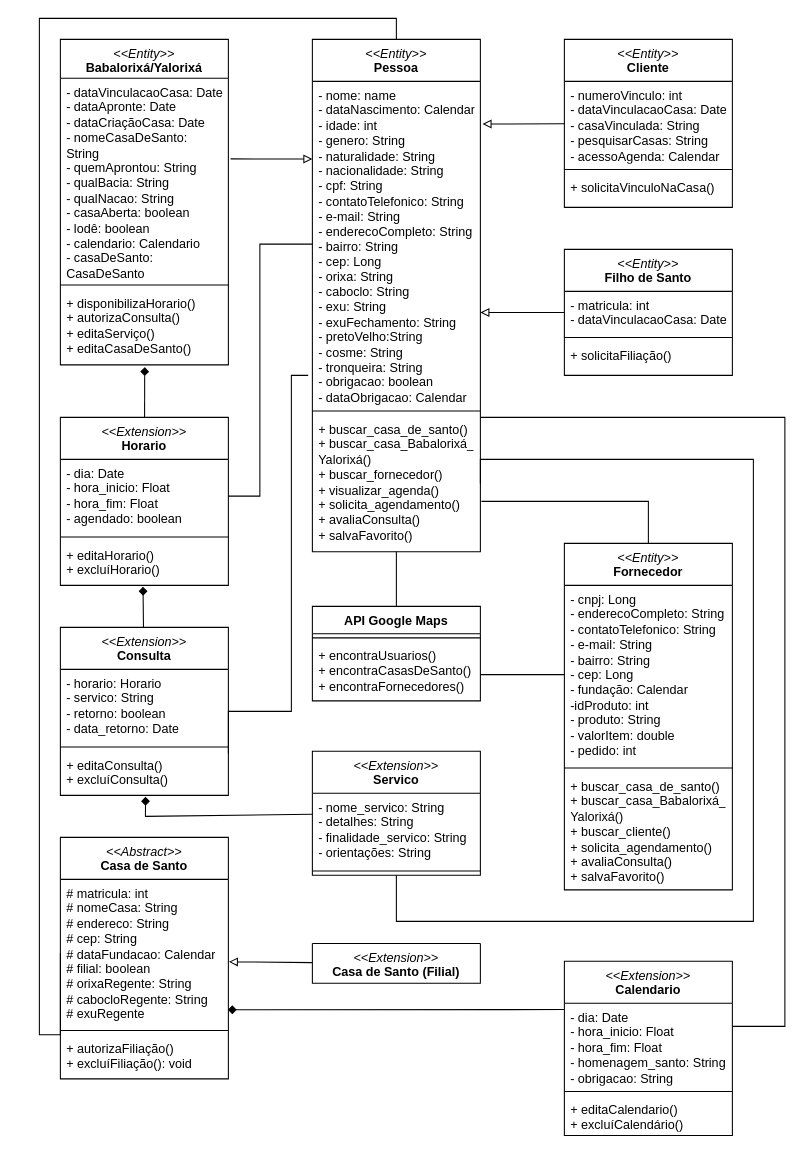
Earlier version of the draw.io diagram Diagrama sem nome.drawio (AlexCarvalhovisk/sarava). Source tidied: cells renumbered, new cells numbered last; positions are measured from the earlier drawing's top-left corner, leaving out a move shared by most shapes. Both pictures are drawn from the tidied source at 105%, with x=0, y=0 at pixel (39, 18).
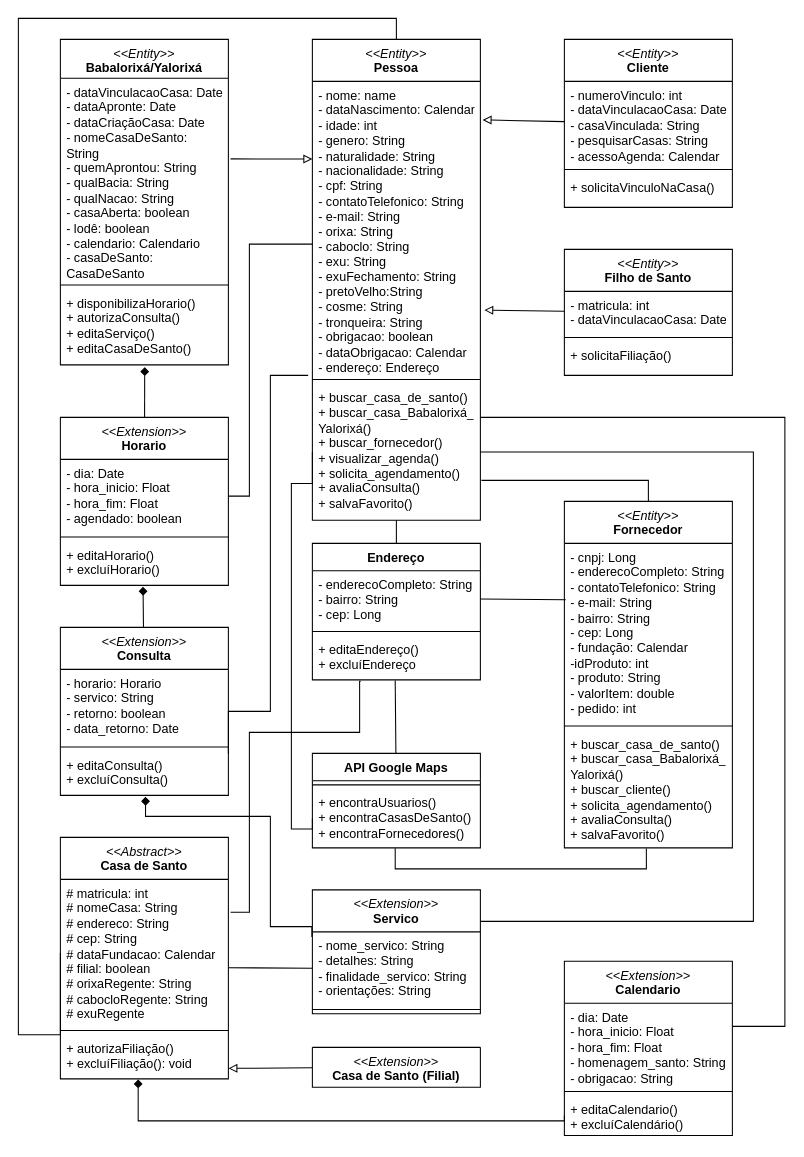
After the change.

Unchanged cells that the change refers to:
```xml
<mxCell id="7" value="&lt;i style=&quot;border-color: var(--border-color); font-weight: 400;&quot;&gt;&amp;lt;&amp;lt;Entity&amp;gt;&amp;gt;&lt;/i&gt;&lt;br&gt;Filho de Santo" style="swimlane;fontStyle=1;align=center;verticalAlign=top;horizontal=1;startSize=40;whiteSpace=wrap;html=1;" parent="1" vertex="1">
  <mxGeometry x="500" y="220" width="160" height="120" as="geometry" />
</mxCell>
<mxCell id="17" value="- cnpj: Long&lt;br&gt;- enderecoCompleto: String&lt;br&gt;- contatoTelefonico: String&lt;br&gt;- e-mail: String&lt;br&gt;- bairro: String&lt;br style=&quot;border-color: var(--border-color);&quot;&gt;- cep: Long&lt;br&gt;- fundação: Calendar&lt;br&gt;-idProduto: int&lt;br&gt;- produto: String&lt;br&gt;- valorItem: double&lt;br&gt;- pedido: int" style="text;strokeColor=none;fillColor=none;align=left;verticalAlign=top;spacingLeft=4;spacingRight=4;overflow=hidden;points=[[0,0.5],[1,0.5]];portConstraint=eastwest;whiteSpace=wrap;html=1;" parent="16" vertex="1">
  <mxGeometry y="40" width="160" height="170" as="geometry" />
</mxCell>
<mxCell id="19" value="+ buscar_casa_de_santo()&lt;br&gt;+ buscar_casa_Babalorixá_&lt;br&gt;Yalorixá()&lt;br&gt;+ buscar_cliente()&lt;br&gt;+ solicita_agendamento()&lt;br&gt;+ avaliaConsulta()&lt;br&gt;+ salvaFavorito()" style="text;strokeColor=none;fillColor=none;align=left;verticalAlign=top;spacingLeft=4;spacingRight=4;overflow=hidden;points=[[0,0.5],[1,0.5]];portConstraint=eastwest;whiteSpace=wrap;html=1;" parent="16" vertex="1">
  <mxGeometry y="218" width="160" height="112" as="geometry" />
</mxCell>
<mxCell id="26" value="# matricula: int&lt;br&gt;# nomeCasa: String&lt;br&gt;# endereco: String&lt;br&gt;# cep: String&lt;br&gt;# dataFundacao: Calendar&lt;br&gt;# filial: boolean&lt;br&gt;# orixaRegente: String&lt;br&gt;# cabocloRegente: String&lt;br&gt;# exuRegente" style="text;strokeColor=none;fillColor=none;align=left;verticalAlign=top;spacingLeft=4;spacingRight=4;overflow=hidden;points=[[0,0.5],[1,0.5]];portConstraint=eastwest;whiteSpace=wrap;html=1;" parent="25" vertex="1">
  <mxGeometry y="40" width="160" height="140" as="geometry" />
</mxCell>
<mxCell id="28" value="+ autorizaFiliação()&lt;br&gt;+ excluíFiliação(): void" style="text;strokeColor=none;fillColor=none;align=left;verticalAlign=top;spacingLeft=4;spacingRight=4;overflow=hidden;points=[[0,0.5],[1,0.5]];portConstraint=eastwest;whiteSpace=wrap;html=1;" parent="25" vertex="1">
  <mxGeometry y="188" width="160" height="42" as="geometry" />
</mxCell>
<mxCell id="34" value="- dia: Date&lt;br&gt;-&amp;nbsp;hora_inicio: Float&lt;br&gt;-&amp;nbsp;hora_fim: Float&lt;br&gt;-&amp;nbsp;agendado: boolean" style="text;strokeColor=none;fillColor=none;align=left;verticalAlign=top;spacingLeft=4;spacingRight=4;overflow=hidden;points=[[0,0.5],[1,0.5]];portConstraint=eastwest;whiteSpace=wrap;html=1;" parent="33" vertex="1">
  <mxGeometry y="40" width="160" height="70" as="geometry" />
</mxCell>
<mxCell id="41" value="+ editaConsulta()&lt;br&gt;+ excluíConsulta()" style="text;strokeColor=none;fillColor=none;align=left;verticalAlign=top;spacingLeft=4;spacingRight=4;overflow=hidden;points=[[0,0.5],[1,0.5]];portConstraint=eastwest;whiteSpace=wrap;html=1;" parent="38" vertex="1">
  <mxGeometry y="118" width="160" height="42" as="geometry" />
</mxCell>
<mxCell id="46" value="+ editaCalendario()&lt;br&gt;+ excluíCalendário()" style="text;strokeColor=none;fillColor=none;align=left;verticalAlign=top;spacingLeft=4;spacingRight=4;overflow=hidden;points=[[0,0.5],[1,0.5]];portConstraint=eastwest;whiteSpace=wrap;html=1;" parent="43" vertex="1">
  <mxGeometry y="128" width="160" height="38" as="geometry" />
</mxCell>
<mxCell id="49" value="- nome_servico: String&lt;br&gt;- detalhes: String&lt;br&gt;- finalidade_servico: String&lt;br&gt;- orientações: String" style="text;strokeColor=none;fillColor=none;align=left;verticalAlign=top;spacingLeft=4;spacingRight=4;overflow=hidden;points=[[0,0.5],[1,0.5]];portConstraint=eastwest;whiteSpace=wrap;html=1;" parent="48" vertex="1">
  <mxGeometry y="40" width="160" height="70" as="geometry" />
</mxCell>
<mxCell id="59" value="+ encontraUsuarios()&lt;br&gt;+ encontraCasasDeSanto()&lt;br&gt;+ encontraFornecedores()" style="text;strokeColor=none;fillColor=none;align=left;verticalAlign=top;spacingLeft=4;spacingRight=4;overflow=hidden;points=[[0,0.5],[1,0.5]];portConstraint=eastwest;whiteSpace=wrap;html=1;" parent="57" vertex="1">
  <mxGeometry y="34" width="160" height="56" as="geometry" />
</mxCell>
```

Diff of the diagram source:
```diff
@@
     <mxCell id="2" value="&lt;i style=&quot;border-color: var(--border-color); font-weight: 400;&quot;&gt;&amp;lt;&amp;lt;Entity&amp;gt;&amp;gt;&lt;/i&gt;&lt;br&gt;Pessoa" style="swimlane;fontStyle=1;align=center;verticalAlign=top;horizontal=1;startSize=40;whiteSpace=wrap;html=1;" parent="1" vertex="1">
-      <mxGeometry x="260" y="20" width="160" height="488" as="geometry" />
+      <mxGeometry x="260" y="20" width="160" height="458" as="geometry" />
     </mxCell>
-    <mxCell id="3" value="- nome: name&lt;br&gt;- dataNascimento: Calendar&lt;br&gt;- idade: int&lt;br&gt;- genero: String&lt;br&gt;- naturalidade: String&lt;br&gt;- nacionalidade: String&lt;br&gt;- cpf: String&lt;br&gt;- contatoTelefonico: String&lt;br&gt;- e-mail: String&lt;br&gt;- enderecoCompleto: String&lt;br&gt;- bairro: String&lt;br&gt;- cep: Long&lt;br&gt;- orixa: String&lt;br style=&quot;border-color: var(--border-color);&quot;&gt;- caboclo: String&lt;br style=&quot;border-color: var(--border-color);&quot;&gt;- exu: String&lt;br&gt;- exuFechamento: String&lt;br&gt;- pretoVelho:String&lt;br&gt;- cosme: String&lt;br&gt;- tronqueira: String&lt;br&gt;- obrigacao: boolean&lt;br&gt;- dataObrigacao: Calendar" style="text;strokeColor=none;fillColor=none;align=left;verticalAlign=top;spacingLeft=4;spacingRight=4;overflow=hidden;points=[[0,0.5],[1,0.5]];portConstraint=eastwest;whiteSpace=wrap;html=1;" parent="2" vertex="1">
-      <mxGeometry y="40" width="160" height="310" as="geometry" />
+    <mxCell id="3" value="- nome: name&lt;br&gt;- dataNascimento: Calendar&lt;br&gt;- idade: int&lt;br&gt;- genero: String&lt;br&gt;- naturalidade: String&lt;br&gt;- nacionalidade: String&lt;br&gt;- cpf: String&lt;br&gt;- contatoTelefonico: String&lt;br&gt;- e-mail: String&lt;br&gt;- orixa: String&lt;br style=&quot;border-color: var(--border-color);&quot;&gt;- caboclo: String&lt;br style=&quot;border-color: var(--border-color);&quot;&gt;- exu: String&lt;br&gt;- exuFechamento: String&lt;br&gt;- pretoVelho:String&lt;br&gt;- cosme: String&lt;br&gt;- tronqueira: String&lt;br&gt;- obrigacao: boolean&lt;br&gt;- dataObrigacao: Calendar&lt;br&gt;- endereço: Endereço" style="text;strokeColor=none;fillColor=none;align=left;verticalAlign=top;spacingLeft=4;spacingRight=4;overflow=hidden;points=[[0,0.5],[1,0.5]];portConstraint=eastwest;whiteSpace=wrap;html=1;" parent="2" vertex="1">
+      <mxGeometry y="40" width="160" height="280" as="geometry" />
     </mxCell>
     <mxCell id="4" style="line;strokeWidth=1;fillColor=none;align=left;verticalAlign=middle;spacingTop=-1;spacingLeft=3;spacingRight=3;labelPosition=right;strokeColor=inherit;" parent="2" vertex="1">
-      <mxGeometry y="350" width="160" height="8" as="geometry" />
+      <mxGeometry y="320" width="160" height="8" as="geometry" />
     </mxCell>
     <mxCell id="5" value="+ buscar_casa_de_santo()&lt;br&gt;+ buscar_casa_Babalorixá_&lt;br&gt;Yalorixá()&lt;br&gt;+ buscar_fornecedor()&lt;br&gt;+ visualizar_agenda()&lt;br&gt;+ solicita_agendamento()&lt;br&gt;+ avaliaConsulta()&lt;br&gt;+ salvaFavorito()" style="text;strokeColor=none;fillColor=none;align=left;verticalAlign=top;spacingLeft=4;spacingRight=4;overflow=hidden;points=[[0,0.5],[1,0.5]];portConstraint=eastwest;whiteSpace=wrap;html=1;" parent="2" vertex="1">
-      <mxGeometry y="358" width="160" height="130" as="geometry" />
+      <mxGeometry y="328" width="160" height="130" as="geometry" />
     </mxCell>
-    <mxCell id="6" style="rounded=0;jettySize=auto;html=1;endArrow=block;endFill=0;entryX=1;entryY=0.71;entryDx=0;entryDy=0;entryPerimeter=0;" parent="1" edge="1" source="7" target="3">
+    <mxCell id="6" style="rounded=0;jettySize=auto;html=1;endArrow=block;endFill=0;entryX=1.023;entryY=0.778;entryDx=0;entryDy=0;entryPerimeter=0;" parent="1" edge="1" source="7" target="3">
       <mxGeometry relative="1" as="geometry" />
     </mxCell>
@@
     <mxCell id="15" style="edgeStyle=orthogonalEdgeStyle;rounded=0;jettySize=auto;html=1;exitX=0.5;exitY=0;exitDx=0;exitDy=0;endArrow=none;endFill=0;" parent="1" edge="1" source="16">
       <mxGeometry relative="1" as="geometry">
-        <mxPoint x="421" y="460" as="targetPoint" />
+        <mxPoint x="421" y="440" as="targetPoint" />
         <Array as="points">
-          <mxPoint x="580" y="460" />
-          <mxPoint x="421" y="460" />
+          <mxPoint x="580" y="440" />
+          <mxPoint x="421" y="440" />
         </Array>
       </mxGeometry>
     </mxCell>
     <mxCell id="16" value="&lt;i style=&quot;border-color: var(--border-color); font-weight: 400;&quot;&gt;&amp;lt;&amp;lt;Entity&amp;gt;&amp;gt;&lt;/i&gt;&lt;br&gt;Fornecedor" style="swimlane;fontStyle=1;align=center;verticalAlign=top;horizontal=1;startSize=40;whiteSpace=wrap;html=1;" parent="1" vertex="1">
-      <mxGeometry x="500" y="500" width="160" height="330" as="geometry" />
+      <mxGeometry x="500" y="460" width="160" height="330" as="geometry" />
     </mxCell>
@@
-    <mxCell id="29" style="rounded=0;jettySize=auto;html=1;endArrow=block;endFill=0;entryX=1.003;entryY=0.561;entryDx=0;entryDy=0;entryPerimeter=0;" parent="1" edge="1" source="30" target="26">
-      <mxGeometry relative="1" as="geometry" />
+    <mxCell id="29" style="rounded=0;jettySize=auto;html=1;endArrow=block;endFill=0;" parent="1" edge="1" source="30">
+      <mxGeometry relative="1" as="geometry">
+        <mxPoint x="180" y="1000" as="targetPoint" />
+      </mxGeometry>
     </mxCell>
     <mxCell id="30" value="&lt;span style=&quot;font-weight: normal;&quot;&gt;&lt;i&gt;&amp;lt;&amp;lt;Extension&amp;gt;&amp;gt;&lt;/i&gt;&lt;/span&gt;&lt;br&gt;Casa de Santo (Filial)" style="swimlane;fontStyle=1;align=center;verticalAlign=top;horizontal=1;startSize=0;whiteSpace=wrap;html=1;" parent="1" vertex="1" collapsed="1">
-      <mxGeometry x="260" y="881" width="160" height="38" as="geometry" />
+      <mxGeometry x="260" y="980" width="160" height="38" as="geometry" />
     </mxCell>
-    <mxCell id="31" style="edgeStyle=orthogonalEdgeStyle;rounded=0;jettySize=auto;html=1;entryX=0.5;entryY=1;entryDx=0;entryDy=0;endArrow=none;endFill=0;exitX=0.5;exitY=0;exitDx=0;exitDy=0;" parent="1" edge="1" source="57" target="2">
+    <mxCell id="31" style="edgeStyle=orthogonalEdgeStyle;rounded=0;jettySize=auto;html=1;entryX=0.5;entryY=1;entryDx=0;entryDy=0;endArrow=none;endFill=0;exitX=0.5;exitY=0;exitDx=0;exitDy=0;" parent="1" edge="1" source="66" target="2">
       <mxGeometry relative="1" as="geometry" />
     </mxCell>
@@
-    <mxCell id="47" style="rounded=0;jettySize=auto;html=1;endArrow=diamond;endFill=1;entryX=0.507;entryY=1.033;entryDx=0;entryDy=0;entryPerimeter=0;" parent="1" edge="1" source="48" target="41">
+    <mxCell id="47" style="rounded=0;jettySize=auto;html=1;endArrow=diamond;endFill=1;entryX=0.507;entryY=1.033;entryDx=0;entryDy=0;entryPerimeter=0;edgeStyle=orthogonalEdgeStyle;exitX=-0.003;exitY=0.071;exitDx=0;exitDy=0;exitPerimeter=0;" parent="1" edge="1" source="49" target="41">
       <mxGeometry relative="1" as="geometry">
         <Array as="points">
+          <mxPoint x="220" y="865" />
+          <mxPoint x="220" y="760" />
           <mxPoint x="101" y="760" />
         </Array>
       </mxGeometry>
     </mxCell>
     <mxCell id="48" value="&lt;i style=&quot;font-weight: 400;&quot;&gt;&amp;lt;&amp;lt;Extension&amp;gt;&amp;gt;&lt;/i&gt;&lt;br&gt;Servico" style="swimlane;fontStyle=1;align=center;verticalAlign=top;horizontal=1;startSize=40;whiteSpace=wrap;html=1;" parent="1" vertex="1">
-      <mxGeometry x="260" y="698" width="160" height="118" as="geometry" />
+      <mxGeometry x="260" y="830" width="160" height="118" as="geometry" />
     </mxCell>
@@
-    <mxCell id="52" style="rounded=0;jettySize=auto;html=1;endArrow=diamond;endFill=1;edgeStyle=orthogonalEdgeStyle;entryX=0.997;entryY=0.887;entryDx=0;entryDy=0;entryPerimeter=0;" parent="1" edge="1" target="26">
+    <mxCell id="52" style="rounded=0;jettySize=auto;html=1;endArrow=diamond;endFill=1;edgeStyle=orthogonalEdgeStyle;entryX=0.463;entryY=1.014;entryDx=0;entryDy=0;entryPerimeter=0;exitX=0;exitY=0.5;exitDx=0;exitDy=0;" parent="1" edge="1" source="46" target="28">
       <mxGeometry relative="1" as="geometry">
-        <mxPoint x="500" y="944" as="sourcePoint" />
         <Array as="points">
-          <mxPoint x="500" y="944" />
+          <mxPoint x="500" y="1050" />
+          <mxPoint x="94" y="1050" />
         </Array>
       </mxGeometry>
     </mxCell>
     <mxCell id="53" style="edgeStyle=orthogonalEdgeStyle;rounded=0;jettySize=auto;html=1;entryX=0;entryY=0.5;entryDx=0;entryDy=0;endArrow=none;endFill=0;exitX=0.5;exitY=0;exitDx=0;exitDy=0;" parent="1" edge="1" source="2" target="26">
       <mxGeometry relative="1" as="geometry">
         <Array as="points">
           <mxPoint x="340" />
-          <mxPoint />
-          <mxPoint y="968" />
+          <mxPoint x="-20" />
+          <mxPoint x="-20" y="968" />
           <mxPoint x="20" y="968" />
         </Array>
       </mxGeometry>
     </mxCell>
     <mxCell id="54" style="edgeStyle=orthogonalEdgeStyle;rounded=0;jettySize=auto;html=1;entryX=1;entryY=0.5;entryDx=0;entryDy=0;endArrow=none;endFill=0;" parent="1" edge="1" source="3" target="34">
       <mxGeometry relative="1" as="geometry">
         <Array as="points">
-          <mxPoint x="210" y="215" />
-          <mxPoint x="210" y="455" />
+          <mxPoint x="200" y="215" />
+          <mxPoint x="200" y="455" />
         </Array>
       </mxGeometry>
     </mxCell>
     <mxCell id="55" style="edgeStyle=orthogonalEdgeStyle;rounded=0;orthogonalLoop=1;jettySize=auto;html=1;endArrow=none;endFill=0;" parent="1" edge="1">
       <mxGeometry relative="1" as="geometry">
         <mxPoint x="256" y="340" as="sourcePoint" />
         <mxPoint x="180" y="700" as="targetPoint" />
         <Array as="points">
-          <mxPoint x="240" y="340" />
-          <mxPoint x="240" y="660" />
+          <mxPoint x="220" y="340" />
+          <mxPoint x="220" y="660" />
           <mxPoint x="180" y="660" />
         </Array>
       </mxGeometry>
     </mxCell>
-    <mxCell id="56" style="edgeStyle=orthogonalEdgeStyle;rounded=0;jettySize=auto;html=1;entryX=1;entryY=0.5;entryDx=0;entryDy=0;endArrow=none;endFill=0;exitX=0.5;exitY=1;exitDx=0;exitDy=0;" parent="1" edge="1" source="48" target="5">
-      <mxGeometry relative="1" as="geometry">
-        <Array as="points">
-          <mxPoint x="340" y="860" />
-          <mxPoint x="680" y="860" />
-          <mxPoint x="680" y="420" />
-          <mxPoint x="420" y="420" />
-        </Array>
-      </mxGeometry>
-    </mxCell>
+    <mxCell id="61" style="edgeStyle=orthogonalEdgeStyle;rounded=0;jettySize=auto;html=1;entryX=0;entryY=0.5;entryDx=0;entryDy=0;endArrow=none;endFill=0;exitX=0;exitY=0.5;exitDx=0;exitDy=0;" parent="1" edge="1" source="59" target="5">
+      <mxGeometry relative="1" as="geometry">
+        <Array as="points">
+          <mxPoint x="240" y="772" />
+          <mxPoint x="240" y="443" />
+          <mxPoint x="260" y="443" />
+        </Array>
+      </mxGeometry>
+    </mxCell>
+    <mxCell id="62" style="rounded=0;jettySize=auto;html=1;entryX=0.493;entryY=1.014;entryDx=0;entryDy=0;entryPerimeter=0;endArrow=none;endFill=0;" parent="1" edge="1" source="57" target="69">
+      <mxGeometry relative="1" as="geometry" />
+    </mxCell>
     <mxCell id="57" value="API Google Maps" style="swimlane;fontStyle=1;align=center;verticalAlign=top;horizontal=1;startSize=26;whiteSpace=wrap;html=1;" parent="1" vertex="1">
-      <mxGeometry x="260" y="560" width="160" height="90" as="geometry" />
+      <mxGeometry x="260" y="700" width="160" height="90" as="geometry" />
     </mxCell>
@@
-    <mxCell id="60" style="rounded=0;jettySize=auto;html=1;endArrow=none;endFill=0;entryX=0;entryY=0.5;entryDx=0;entryDy=0;" parent="1" edge="1" target="17">
-      <mxGeometry relative="1" as="geometry">
-        <mxPoint x="420" y="625" as="sourcePoint" />
-      </mxGeometry>
+    <mxCell id="60" style="rounded=0;jettySize=auto;html=1;endArrow=none;endFill=0;entryX=0.488;entryY=1.005;entryDx=0;entryDy=0;exitX=0.493;exitY=1.007;exitDx=0;exitDy=0;edgeStyle=orthogonalEdgeStyle;entryPerimeter=0;exitPerimeter=0;" parent="1" edge="1" source="59" target="19">
+      <mxGeometry relative="1" as="geometry" />
     </mxCell>
+    <mxCell id="63" style="rounded=0;jettySize=auto;html=1;endArrow=none;endFill=0;entryX=1.003;entryY=0.601;entryDx=0;entryDy=0;entryPerimeter=0;" parent="1" edge="1" source="49" target="26">
+      <mxGeometry relative="1" as="geometry" />
+    </mxCell>
+    <mxCell id="64" style="rounded=0;jettySize=auto;html=1;entryX=1;entryY=0.5;entryDx=0;entryDy=0;endArrow=none;endFill=0;exitX=0.008;exitY=0.316;exitDx=0;exitDy=0;exitPerimeter=0;" parent="1" edge="1" source="17" target="67">
+      <mxGeometry relative="1" as="geometry" />
+    </mxCell>
+    <mxCell id="65" style="edgeStyle=orthogonalEdgeStyle;rounded=0;jettySize=auto;html=1;entryX=1.013;entryY=0.224;entryDx=0;entryDy=0;entryPerimeter=0;endArrow=none;endFill=0;exitX=0.288;exitY=1.033;exitDx=0;exitDy=0;exitPerimeter=0;" parent="1" edge="1" source="69" target="26">
+      <mxGeometry relative="1" as="geometry">
+        <Array as="points">
+          <mxPoint x="305" y="631" />
+          <mxPoint x="305" y="680" />
+          <mxPoint x="200" y="680" />
+          <mxPoint x="200" y="851" />
+        </Array>
+      </mxGeometry>
+    </mxCell>
+    <mxCell id="66" value="Endereço" style="swimlane;fontStyle=1;align=center;verticalAlign=top;horizontal=1;startSize=26;whiteSpace=wrap;html=1;" parent="1" vertex="1">
+      <mxGeometry x="260" y="500" width="160" height="130" as="geometry" />
+    </mxCell>
+    <mxCell id="67" value="- enderecoCompleto: String&lt;br&gt;- bairro: String&lt;br&gt;- cep: Long" style="text;strokeColor=none;fillColor=none;align=left;verticalAlign=top;spacingLeft=4;spacingRight=4;overflow=hidden;points=[[0,0.5],[1,0.5]];portConstraint=eastwest;whiteSpace=wrap;html=1;" parent="66" vertex="1">
+      <mxGeometry y="26" width="160" height="54" as="geometry" />
+    </mxCell>
+    <mxCell id="68" style="line;strokeWidth=1;fillColor=none;align=left;verticalAlign=middle;spacingTop=-1;spacingLeft=3;spacingRight=3;labelPosition=right;strokeColor=inherit;" parent="66" vertex="1">
+      <mxGeometry y="80" width="160" height="8" as="geometry" />
+    </mxCell>
+    <mxCell id="69" value="+ editaEndereço()&lt;br&gt;+ excluíEndereço" style="text;strokeColor=none;fillColor=none;align=left;verticalAlign=top;spacingLeft=4;spacingRight=4;overflow=hidden;points=[[0,0.5],[1,0.5]];portConstraint=eastwest;whiteSpace=wrap;html=1;" parent="66" vertex="1">
+      <mxGeometry y="88" width="160" height="42" as="geometry" />
+    </mxCell>
+    <mxCell id="70" style="edgeStyle=orthogonalEdgeStyle;rounded=0;jettySize=auto;html=1;endArrow=none;endFill=0;" parent="1" edge="1" source="5">
+      <mxGeometry relative="1" as="geometry">
+        <mxPoint x="420" y="860" as="targetPoint" />
+        <Array as="points">
+          <mxPoint x="680" y="413" />
+          <mxPoint x="680" y="860" />
+          <mxPoint x="420" y="860" />
+        </Array>
+      </mxGeometry>
+    </mxCell>
```
